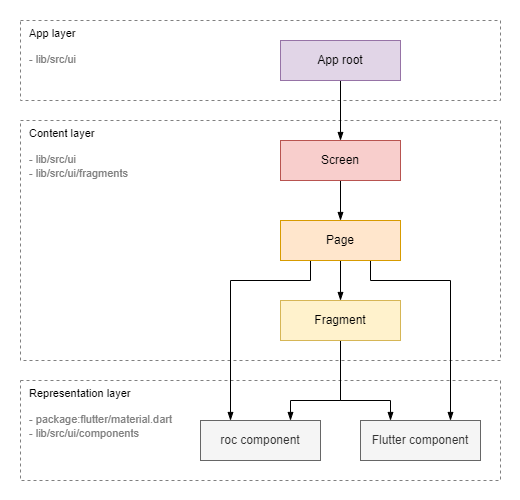
Above: docs/images/widget_types.png in roc-streaming/roc-droid (draw.io), before the change. Source tidied: cells renumbered, new cells last; positions are measured from the earlier drawing's top-left corner, leaving out a move shared by most shapes. The source it was exported from:
```xml
<mxGraphModel>
  <root>
    <mxCell id="0" />
    <mxCell id="1" parent="0" />
    <mxCell id="2" style="rounded=0;whiteSpace=wrap;html=1;fontFamily=Helvetica;fontSize=11;fontColor=default;labelBackgroundColor=default;strokeColor=none;" parent="1" vertex="1">
      <mxGeometry width="520" height="500" as="geometry" />
    </mxCell>
    <mxCell id="3" value="App layer&lt;div&gt;&lt;span style=&quot;color: rgb(128, 128, 128);&quot;&gt;&lt;br&gt;&lt;/span&gt;&lt;/div&gt;&lt;div&gt;&lt;span style=&quot;color: rgb(128, 128, 128);&quot;&gt;- lib/src/ui&lt;/span&gt;&lt;br&gt;&lt;/div&gt;" style="html=1;whiteSpace=wrap;fontFamily=Helvetica;fontSize=11;fontColor=default;labelBackgroundColor=default;dashed=1;strokeColor=#808080;align=left;verticalAlign=top;spacingLeft=7;fillColor=none;" parent="1" vertex="1">
      <mxGeometry x="20" y="20" width="480" height="80" as="geometry" />
    </mxCell>
    <mxCell id="4" value="Representation layer&lt;div&gt;&lt;br&gt;&lt;/div&gt;&lt;div&gt;&lt;font color=&quot;#808080&quot;&gt;-&amp;nbsp;package:flutter/material.dart&lt;/font&gt;&lt;/div&gt;&lt;div&gt;&lt;span style=&quot;color: rgb(128, 128, 128);&quot;&gt;- lib/src/ui/components&lt;/span&gt;&lt;br&gt;&lt;/div&gt;" style="html=1;whiteSpace=wrap;fontFamily=Helvetica;fontSize=11;fontColor=default;labelBackgroundColor=default;dashed=1;strokeColor=#808080;align=left;verticalAlign=top;spacingLeft=7;fillColor=none;" parent="1" vertex="1">
      <mxGeometry x="20" y="380" width="480" height="100" as="geometry" />
    </mxCell>
    <mxCell id="5" value="Content layer&lt;div&gt;&lt;br&gt;&lt;/div&gt;&lt;div&gt;&lt;span style=&quot;color: rgb(128, 128, 128);&quot;&gt;- lib/src/ui&lt;/span&gt;&lt;br&gt;&lt;/div&gt;&lt;div&gt;&lt;span style=&quot;color: rgb(128, 128, 128);&quot;&gt;- lib/src/ui/fragments&lt;/span&gt;&lt;span style=&quot;color: rgb(128, 128, 128);&quot;&gt;&lt;br&gt;&lt;/span&gt;&lt;/div&gt;" style="html=1;whiteSpace=wrap;fontFamily=Helvetica;fontSize=11;fontColor=default;labelBackgroundColor=default;dashed=1;strokeColor=#808080;align=left;verticalAlign=top;spacingLeft=7;fillColor=none;" parent="1" vertex="1">
      <mxGeometry x="20" y="120" width="480" height="240" as="geometry" />
    </mxCell>
    <mxCell id="6" style="edgeStyle=orthogonalEdgeStyle;rounded=0;jettySize=auto;html=1;endArrow=blockThin;endFill=1;" parent="1" edge="1" source="7" target="9">
      <mxGeometry relative="1" as="geometry" />
    </mxCell>
    <mxCell id="7" value="App root" style="html=1;whiteSpace=wrap;fillColor=#e1d5e7;strokeColor=#9673a6;" parent="1" vertex="1">
      <mxGeometry x="280" y="40" width="120" height="40" as="geometry" />
    </mxCell>
    <mxCell id="8" style="edgeStyle=orthogonalEdgeStyle;shape=connector;rounded=0;jettySize=auto;html=1;strokeColor=default;align=center;verticalAlign=middle;fontFamily=Helvetica;fontSize=11;fontColor=default;labelBackgroundColor=default;endArrow=blockThin;endFill=1;" parent="1" edge="1" source="9" target="13">
      <mxGeometry relative="1" as="geometry" />
    </mxCell>
    <mxCell id="9" value="Screen" style="html=1;whiteSpace=wrap;fillColor=#f8cecc;strokeColor=#b85450;" parent="1" vertex="1">
      <mxGeometry x="280" y="140" width="120" height="40" as="geometry" />
    </mxCell>
    <mxCell id="10" style="edgeStyle=orthogonalEdgeStyle;shape=connector;rounded=0;jettySize=auto;html=1;strokeColor=default;align=center;verticalAlign=middle;fontFamily=Helvetica;fontSize=11;fontColor=default;labelBackgroundColor=default;endArrow=blockThin;endFill=1;" parent="1" edge="1" source="13" target="16">
      <mxGeometry relative="1" as="geometry" />
    </mxCell>
    <mxCell id="11" style="edgeStyle=orthogonalEdgeStyle;shape=connector;rounded=0;jettySize=auto;html=1;entryX=0.75;entryY=0;entryDx=0;entryDy=0;strokeColor=default;align=center;verticalAlign=middle;fontFamily=Helvetica;fontSize=11;fontColor=default;labelBackgroundColor=default;endArrow=blockThin;endFill=1;" parent="1" edge="1" source="13" target="18">
      <mxGeometry relative="1" as="geometry">
        <Array as="points">
          <mxPoint x="370" y="280" />
          <mxPoint x="450" y="280" />
        </Array>
      </mxGeometry>
    </mxCell>
    <mxCell id="12" style="edgeStyle=orthogonalEdgeStyle;shape=connector;rounded=0;jettySize=auto;html=1;entryX=0.25;entryY=0;entryDx=0;entryDy=0;strokeColor=default;align=center;verticalAlign=middle;fontFamily=Helvetica;fontSize=11;fontColor=default;labelBackgroundColor=default;endArrow=blockThin;endFill=1;" parent="1" edge="1" source="13" target="17">
      <mxGeometry relative="1" as="geometry">
        <Array as="points">
          <mxPoint x="310" y="280" />
          <mxPoint x="230" y="280" />
        </Array>
      </mxGeometry>
    </mxCell>
    <mxCell id="13" value="Page" style="html=1;whiteSpace=wrap;fillColor=#ffe6cc;strokeColor=#d79b00;" parent="1" vertex="1">
      <mxGeometry x="280" y="220" width="120" height="40" as="geometry" />
    </mxCell>
    <mxCell id="14" style="edgeStyle=orthogonalEdgeStyle;shape=connector;rounded=0;jettySize=auto;html=1;entryX=0.75;entryY=0;entryDx=0;entryDy=0;strokeColor=default;align=center;verticalAlign=middle;fontFamily=Helvetica;fontSize=11;fontColor=default;labelBackgroundColor=default;endArrow=blockThin;endFill=1;" parent="1" edge="1" source="16" target="17">
      <mxGeometry relative="1" as="geometry">
        <Array as="points">
          <mxPoint x="340" y="400" />
          <mxPoint x="290" y="400" />
        </Array>
      </mxGeometry>
    </mxCell>
    <mxCell id="15" style="edgeStyle=orthogonalEdgeStyle;shape=connector;rounded=0;jettySize=auto;html=1;entryX=0.25;entryY=0;entryDx=0;entryDy=0;strokeColor=default;align=center;verticalAlign=middle;fontFamily=Helvetica;fontSize=11;fontColor=default;labelBackgroundColor=default;endArrow=blockThin;endFill=1;" parent="1" edge="1" source="16" target="18">
      <mxGeometry relative="1" as="geometry">
        <Array as="points">
          <mxPoint x="340" y="400" />
          <mxPoint x="390" y="400" />
        </Array>
      </mxGeometry>
    </mxCell>
    <mxCell id="16" value="Fragment" style="html=1;whiteSpace=wrap;fillColor=#fff2cc;strokeColor=#d6b656;" parent="1" vertex="1">
      <mxGeometry x="280" y="300" width="120" height="40" as="geometry" />
    </mxCell>
    <mxCell id="17" value="roc component" style="html=1;whiteSpace=wrap;fillColor=#f5f5f5;strokeColor=#666666;fontColor=#333333;" parent="1" vertex="1">
      <mxGeometry x="200" y="420" width="120" height="40" as="geometry" />
    </mxCell>
    <mxCell id="18" value="Flutter component" style="html=1;whiteSpace=wrap;fillColor=#f5f5f5;strokeColor=#666666;fontColor=#333333;" parent="1" vertex="1">
      <mxGeometry x="360" y="420" width="120" height="40" as="geometry" />
    </mxCell>
  </root>
</mxGraphModel>
```
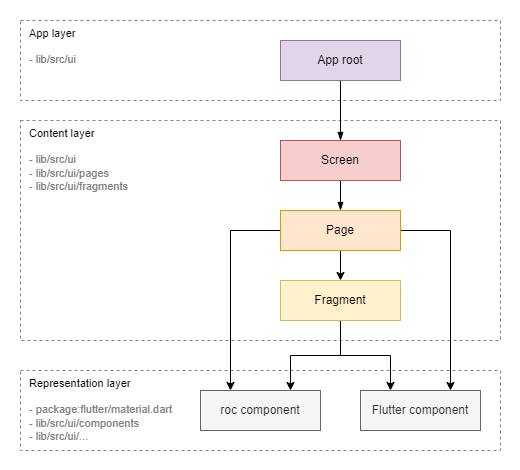
Above is the later version.

The edit, as a diff of the source:
```diff
@@ -3,17 +3,17 @@
     <mxCell id="0" />
     <mxCell id="1" parent="0" />
     <mxCell id="2" style="rounded=0;whiteSpace=wrap;html=1;fontFamily=Helvetica;fontSize=11;fontColor=default;labelBackgroundColor=default;strokeColor=none;" parent="1" vertex="1">
-      <mxGeometry width="520" height="500" as="geometry" />
+      <mxGeometry width="520" height="470" as="geometry" />
     </mxCell>
     <mxCell id="3" value="App layer&lt;div&gt;&lt;span style=&quot;color: rgb(128, 128, 128);&quot;&gt;&lt;br&gt;&lt;/span&gt;&lt;/div&gt;&lt;div&gt;&lt;span style=&quot;color: rgb(128, 128, 128);&quot;&gt;- lib/src/ui&lt;/span&gt;&lt;br&gt;&lt;/div&gt;" style="html=1;whiteSpace=wrap;fontFamily=Helvetica;fontSize=11;fontColor=default;labelBackgroundColor=default;dashed=1;strokeColor=#808080;align=left;verticalAlign=top;spacingLeft=7;fillColor=none;" parent="1" vertex="1">
       <mxGeometry x="20" y="20" width="480" height="80" as="geometry" />
     </mxCell>
+    <mxCell id="5" value="Content layer&lt;div&gt;&lt;br&gt;&lt;/div&gt;&lt;div&gt;&lt;span style=&quot;color: rgb(128, 128, 128);&quot;&gt;- lib/src/ui&lt;/span&gt;&lt;/div&gt;&lt;div&gt;&lt;span style=&quot;color: rgb(128, 128, 128);&quot;&gt;- lib/src/ui/pages&lt;/span&gt;&lt;span style=&quot;color: rgb(128, 128, 128);&quot;&gt;&lt;br&gt;&lt;/span&gt;&lt;/div&gt;&lt;div&gt;&lt;span style=&quot;color: rgb(128, 128, 128);&quot;&gt;- lib/src/ui/fragments&lt;/span&gt;&lt;span style=&quot;color: rgb(128, 128, 128);&quot;&gt;&lt;br&gt;&lt;/span&gt;&lt;/div&gt;" style="html=1;whiteSpace=wrap;fontFamily=Helvetica;fontSize=11;fontColor=default;labelBackgroundColor=default;dashed=1;strokeColor=#808080;align=left;verticalAlign=top;spacingLeft=7;fillColor=none;" parent="1" vertex="1">
+      <mxGeometry x="20" y="120" width="480" height="220" as="geometry" />
+    </mxCell>
-    <mxCell id="4" value="Representation layer&lt;div&gt;&lt;br&gt;&lt;/div&gt;&lt;div&gt;&lt;font color=&quot;#808080&quot;&gt;-&amp;nbsp;package:flutter/material.dart&lt;/font&gt;&lt;/div&gt;&lt;div&gt;&lt;span style=&quot;color: rgb(128, 128, 128);&quot;&gt;- lib/src/ui/components&lt;/span&gt;&lt;br&gt;&lt;/div&gt;" style="html=1;whiteSpace=wrap;fontFamily=Helvetica;fontSize=11;fontColor=default;labelBackgroundColor=default;dashed=1;strokeColor=#808080;align=left;verticalAlign=top;spacingLeft=7;fillColor=none;" parent="1" vertex="1">
-      <mxGeometry x="20" y="380" width="480" height="100" as="geometry" />
+    <mxCell id="4" value="Representation layer&lt;div&gt;&lt;br&gt;&lt;/div&gt;&lt;div&gt;&lt;font color=&quot;#808080&quot;&gt;-&amp;nbsp;package:flutter/material.dart&lt;/font&gt;&lt;/div&gt;&lt;div&gt;&lt;span style=&quot;color: rgb(128, 128, 128);&quot;&gt;- lib/src/ui/components&lt;/span&gt;&lt;br&gt;&lt;/div&gt;&lt;div&gt;&lt;span style=&quot;color: rgb(128, 128, 128);&quot;&gt;- lib/src/ui/...&lt;/span&gt;&lt;span style=&quot;color: rgb(128, 128, 128);&quot;&gt;&lt;br&gt;&lt;/span&gt;&lt;/div&gt;" style="html=1;whiteSpace=wrap;fontFamily=Helvetica;fontSize=11;fontColor=default;labelBackgroundColor=default;dashed=1;strokeColor=#808080;align=left;verticalAlign=top;spacingLeft=7;fillColor=none;" parent="1" vertex="1">
+      <mxGeometry x="20" y="370" width="480" height="80" as="geometry" />
     </mxCell>
-    <mxCell id="5" value="Content layer&lt;div&gt;&lt;br&gt;&lt;/div&gt;&lt;div&gt;&lt;span style=&quot;color: rgb(128, 128, 128);&quot;&gt;- lib/src/ui&lt;/span&gt;&lt;br&gt;&lt;/div&gt;&lt;div&gt;&lt;span style=&quot;color: rgb(128, 128, 128);&quot;&gt;- lib/src/ui/fragments&lt;/span&gt;&lt;span style=&quot;color: rgb(128, 128, 128);&quot;&gt;&lt;br&gt;&lt;/span&gt;&lt;/div&gt;" style="html=1;whiteSpace=wrap;fontFamily=Helvetica;fontSize=11;fontColor=default;labelBackgroundColor=default;dashed=1;strokeColor=#808080;align=left;verticalAlign=top;spacingLeft=7;fillColor=none;" parent="1" vertex="1">
-      <mxGeometry x="20" y="120" width="480" height="240" as="geometry" />
-    </mxCell>
     <mxCell id="6" style="edgeStyle=orthogonalEdgeStyle;rounded=0;jettySize=auto;html=1;endArrow=blockThin;endFill=1;" parent="1" edge="1" source="7" target="9">
       <mxGeometry relative="1" as="geometry" />
     </mxCell>
@@ -26,52 +26,40 @@
     <mxCell id="9" value="Screen" style="html=1;whiteSpace=wrap;fillColor=#f8cecc;strokeColor=#b85450;" parent="1" vertex="1">
       <mxGeometry x="280" y="140" width="120" height="40" as="geometry" />
     </mxCell>
+    <mxCell id="12" style="edgeStyle=orthogonalEdgeStyle;rounded=0;jettySize=auto;html=1;" parent="1" edge="1" source="13" target="17">
+      <mxGeometry relative="1" as="geometry">
+        <Array as="points">
+          <mxPoint x="230" y="230" />
+        </Array>
+      </mxGeometry>
+    </mxCell>
+    <mxCell id="11" style="edgeStyle=orthogonalEdgeStyle;rounded=0;jettySize=auto;html=1;" parent="1" edge="1" source="13" target="18">
+      <mxGeometry relative="1" as="geometry">
+        <Array as="points">
+          <mxPoint x="450" y="230" />
+        </Array>
+      </mxGeometry>
+    </mxCell>
-    <mxCell id="10" style="edgeStyle=orthogonalEdgeStyle;shape=connector;rounded=0;jettySize=auto;html=1;strokeColor=default;align=center;verticalAlign=middle;fontFamily=Helvetica;fontSize=11;fontColor=default;labelBackgroundColor=default;endArrow=blockThin;endFill=1;" parent="1" edge="1" source="13" target="16">
+    <mxCell id="10" style="edgeStyle=orthogonalEdgeStyle;rounded=0;jettySize=auto;html=1;" parent="1" edge="1" source="13" target="16">
       <mxGeometry relative="1" as="geometry" />
     </mxCell>
-    <mxCell id="11" style="edgeStyle=orthogonalEdgeStyle;shape=connector;rounded=0;jettySize=auto;html=1;entryX=0.75;entryY=0;entryDx=0;entryDy=0;strokeColor=default;align=center;verticalAlign=middle;fontFamily=Helvetica;fontSize=11;fontColor=default;labelBackgroundColor=default;endArrow=blockThin;endFill=1;" parent="1" edge="1" source="13" target="18">
-      <mxGeometry relative="1" as="geometry">
-        <Array as="points">
-          <mxPoint x="370" y="280" />
-          <mxPoint x="450" y="280" />
-        </Array>
-      </mxGeometry>
-    </mxCell>
-    <mxCell id="12" style="edgeStyle=orthogonalEdgeStyle;shape=connector;rounded=0;jettySize=auto;html=1;entryX=0.25;entryY=0;entryDx=0;entryDy=0;strokeColor=default;align=center;verticalAlign=middle;fontFamily=Helvetica;fontSize=11;fontColor=default;labelBackgroundColor=default;endArrow=blockThin;endFill=1;" parent="1" edge="1" source="13" target="17">
-      <mxGeometry relative="1" as="geometry">
-        <Array as="points">
-          <mxPoint x="310" y="280" />
-          <mxPoint x="230" y="280" />
-        </Array>
-      </mxGeometry>
-    </mxCell>
     <mxCell id="13" value="Page" style="html=1;whiteSpace=wrap;fillColor=#ffe6cc;strokeColor=#d79b00;" parent="1" vertex="1">
-      <mxGeometry x="280" y="220" width="120" height="40" as="geometry" />
+      <mxGeometry x="280" y="210" width="120" height="40" as="geometry" />
     </mxCell>
+    <mxCell id="17" value="roc component" style="html=1;whiteSpace=wrap;fillColor=#f5f5f5;strokeColor=#666666;fontColor=#333333;" parent="1" vertex="1">
+      <mxGeometry x="200" y="390" width="120" height="40" as="geometry" />
+    </mxCell>
+    <mxCell id="18" value="Flutter component" style="html=1;whiteSpace=wrap;fillColor=#f5f5f5;strokeColor=#666666;fontColor=#333333;" parent="1" vertex="1">
+      <mxGeometry x="360" y="390" width="120" height="40" as="geometry" />
+    </mxCell>
-    <mxCell id="14" style="edgeStyle=orthogonalEdgeStyle;shape=connector;rounded=0;jettySize=auto;html=1;entryX=0.75;entryY=0;entryDx=0;entryDy=0;strokeColor=default;align=center;verticalAlign=middle;fontFamily=Helvetica;fontSize=11;fontColor=default;labelBackgroundColor=default;endArrow=blockThin;endFill=1;" parent="1" edge="1" source="16" target="17">
-      <mxGeometry relative="1" as="geometry">
-        <Array as="points">
-          <mxPoint x="340" y="400" />
-          <mxPoint x="290" y="400" />
-        </Array>
-      </mxGeometry>
+    <mxCell id="14" style="edgeStyle=orthogonalEdgeStyle;rounded=0;jettySize=auto;html=1;entryX=0.75;entryY=0;entryDx=0;entryDy=0;" parent="1" edge="1" source="16" target="17">
+      <mxGeometry relative="1" as="geometry" />
     </mxCell>
-    <mxCell id="15" style="edgeStyle=orthogonalEdgeStyle;shape=connector;rounded=0;jettySize=auto;html=1;entryX=0.25;entryY=0;entryDx=0;entryDy=0;strokeColor=default;align=center;verticalAlign=middle;fontFamily=Helvetica;fontSize=11;fontColor=default;labelBackgroundColor=default;endArrow=blockThin;endFill=1;" parent="1" edge="1" source="16" target="18">
-      <mxGeometry relative="1" as="geometry">
-        <Array as="points">
-          <mxPoint x="340" y="400" />
-          <mxPoint x="390" y="400" />
-        </Array>
-      </mxGeometry>
+    <mxCell id="15" style="edgeStyle=orthogonalEdgeStyle;rounded=0;jettySize=auto;html=1;entryX=0.25;entryY=0;entryDx=0;entryDy=0;" parent="1" edge="1" source="16" target="18">
+      <mxGeometry relative="1" as="geometry" />
     </mxCell>
     <mxCell id="16" value="Fragment" style="html=1;whiteSpace=wrap;fillColor=#fff2cc;strokeColor=#d6b656;" parent="1" vertex="1">
-      <mxGeometry x="280" y="300" width="120" height="40" as="geometry" />
+      <mxGeometry x="280" y="280" width="120" height="40" as="geometry" />
     </mxCell>
-    <mxCell id="17" value="roc component" style="html=1;whiteSpace=wrap;fillColor=#f5f5f5;strokeColor=#666666;fontColor=#333333;" parent="1" vertex="1">
-      <mxGeometry x="200" y="420" width="120" height="40" as="geometry" />
-    </mxCell>
-    <mxCell id="18" value="Flutter component" style="html=1;whiteSpace=wrap;fillColor=#f5f5f5;strokeColor=#666666;fontColor=#333333;" parent="1" vertex="1">
-      <mxGeometry x="360" y="420" width="120" height="40" as="geometry" />
-    </mxCell>
   </root>
 </mxGraphModel>
```
